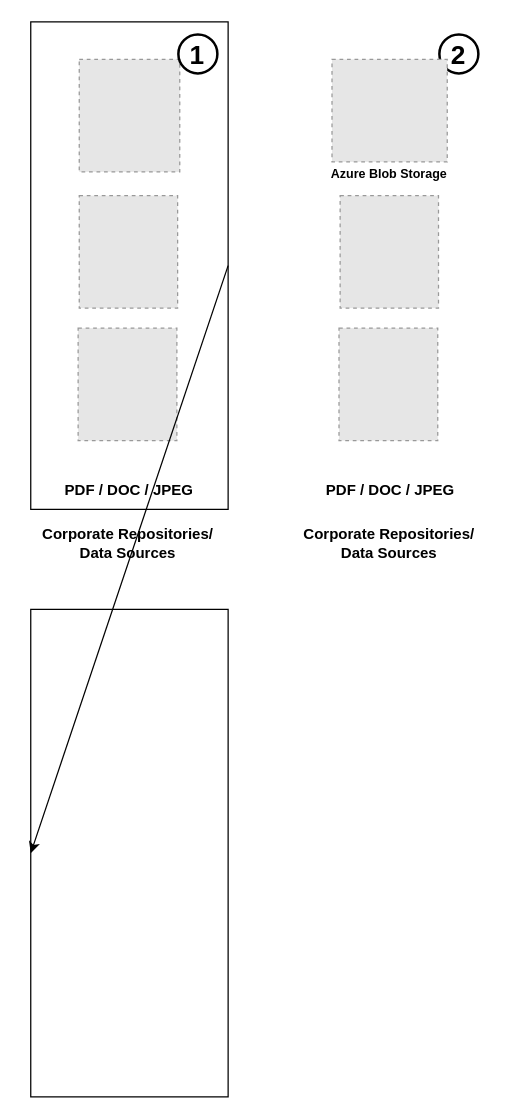
Earlier version of the draw.io diagram IDP(Part 3).drawio (sidthedesigner/Draw.io). Source tidied: cells renumbered, new cells numbered last; positions are measured from the earlier drawing's top-left corner, leaving out a move shared by most shapes. Both pictures are drawn from the tidied source at 125%, with x=0, y=0 at pixel (29, 21). Pictures stored in the file or linked from it are replaced by grey dashed boxes.
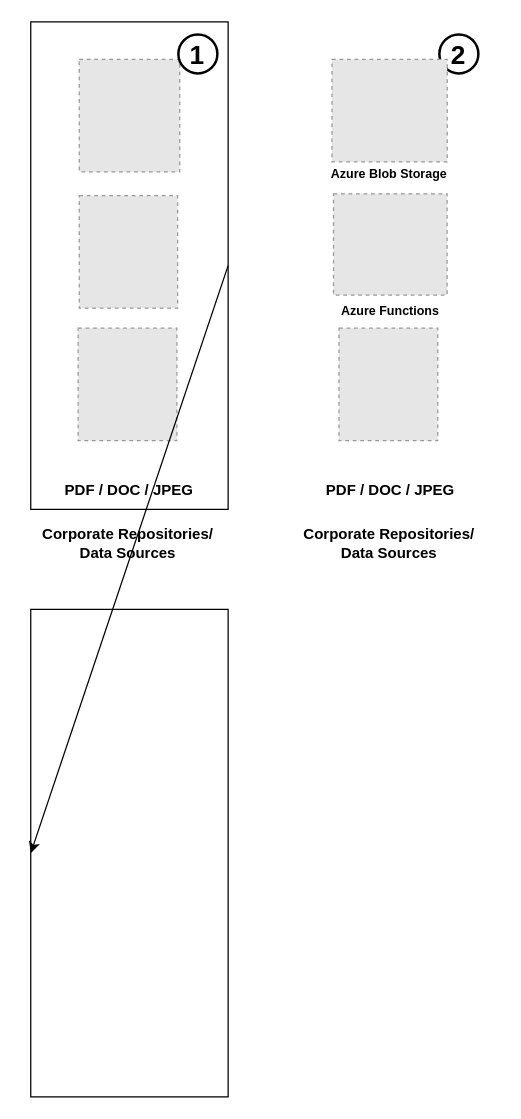
Above is the later version.

The edit, as a diff of the source:
```diff
@@
 <mxGraphModel>
   <root>
     <mxCell id="0" />
     <mxCell id="1" parent="0" />
     <mxCell id="2" style="fillColor=#E6E6E6;strokeColor=#999999;dashed=1;verticalLabelPosition=bottom;labelBackgroundColor=default;verticalAlign=top;" parent="1" vertex="1">
       <mxGeometry x="39.9" y="30" width="80.4" height="90" as="geometry" />
     </mxCell>
     <mxCell id="3" style="fillColor=#E6E6E6;strokeColor=#999999;dashed=1;verticalLabelPosition=bottom;labelBackgroundColor=default;verticalAlign=top;" parent="1" vertex="1">
       <mxGeometry x="39.9" y="139" width="78.7" height="90" as="geometry" />
     </mxCell>
     <mxCell id="4" style="fillColor=#E6E6E6;strokeColor=#999999;dashed=1;verticalLabelPosition=bottom;labelBackgroundColor=default;verticalAlign=top;" parent="1" vertex="1">
       <mxGeometry x="39" y="245" width="79" height="90" as="geometry" />
     </mxCell>
     <mxCell id="5" style="rounded=0;whiteSpace=wrap;html=1;fillColor=none;" parent="1" vertex="1">
       <mxGeometry x="1.1" width="157.9" height="390" as="geometry" />
     </mxCell>
     <mxCell id="6" value="&lt;b&gt;PDF / DOC / JPEG&lt;/b&gt;" style="text;html=1;align=center;verticalAlign=middle;whiteSpace=wrap;rounded=0;" parent="1" vertex="1">
       <mxGeometry x="1.1" y="360" width="157.9" height="30" as="geometry" />
     </mxCell>
     <mxCell id="7" value="&lt;b&gt;Corporate Repositories/&lt;/b&gt;&lt;div&gt;&lt;b&gt;Data Sources&lt;/b&gt;&lt;/div&gt;" style="text;html=1;align=center;verticalAlign=middle;whiteSpace=wrap;rounded=0;" parent="1" vertex="1">
       <mxGeometry x="0.3" y="402" width="157.9" height="30" as="geometry" />
     </mxCell>
     <mxCell id="8" value="&lt;b&gt;&lt;font style=&quot;font-size: 21px;&quot;&gt;1&lt;/font&gt;&lt;/b&gt;" style="ellipse;whiteSpace=wrap;html=1;fillColor=none;strokeWidth=2;" parent="1" vertex="1">
       <mxGeometry x="119.2" y="10" width="31.2" height="31.2" as="geometry" />
     </mxCell>
-    <mxCell id="9" style="fillColor=#E6E6E6;strokeColor=#999999;dashed=1;verticalLabelPosition=bottom;labelBackgroundColor=default;verticalAlign=top;" parent="1" vertex="1">
-      <mxGeometry x="248.6" y="139" width="78.7" height="90" as="geometry" />
-    </mxCell>
     <mxCell id="10" style="fillColor=#E6E6E6;strokeColor=#999999;dashed=1;verticalLabelPosition=bottom;labelBackgroundColor=default;verticalAlign=top;" parent="1" vertex="1">
       <mxGeometry x="247.7" y="245" width="79" height="90" as="geometry" />
     </mxCell>
     <mxCell id="11" style="rounded=0;whiteSpace=wrap;html=1;fillColor=none;" parent="1" vertex="1">
       <mxGeometry x="1.1" y="470" width="157.9" height="390" as="geometry" />
     </mxCell>
     <mxCell id="12" value="&lt;b&gt;PDF / DOC / JPEG&lt;/b&gt;" style="text;html=1;align=center;verticalAlign=middle;whiteSpace=wrap;rounded=0;" parent="1" vertex="1">
       <mxGeometry x="209.8" y="360" width="157.9" height="30" as="geometry" />
     </mxCell>
     <mxCell id="13" value="&lt;b&gt;Corporate Repositories/&lt;/b&gt;&lt;div&gt;&lt;b&gt;Data Sources&lt;/b&gt;&lt;/div&gt;" style="text;html=1;align=center;verticalAlign=middle;whiteSpace=wrap;rounded=0;" parent="1" vertex="1">
       <mxGeometry x="209" y="402" width="157.9" height="30" as="geometry" />
     </mxCell>
     <mxCell id="14" value="&lt;b&gt;&lt;font style=&quot;font-size: 21px;&quot;&gt;2&lt;/font&gt;&lt;/b&gt;" style="ellipse;whiteSpace=wrap;html=1;fillColor=none;strokeWidth=2;" parent="1" vertex="1">
       <mxGeometry x="328" y="10" width="31.2" height="31.2" as="geometry" />
     </mxCell>
     <mxCell id="15" style="endArrow=classic;html=1;rounded=0;exitX=1;exitY=0.5;exitDx=0;exitDy=0;entryX=0;entryY=0.5;entryDx=0;entryDy=0;" parent="1" edge="1" source="5" target="11">
       <mxGeometry relative="1" as="geometry" />
     </mxCell>
     <mxCell id="16" style="fillColor=#E6E6E6;strokeColor=#999999;dashed=1;verticalLabelPosition=bottom;labelBackgroundColor=default;verticalAlign=top;" parent="1" vertex="1">
       <mxGeometry x="242.1" y="30" width="92.2" height="82" as="geometry" />
     </mxCell>
     <mxCell id="17" value="&lt;b&gt;Azure Blob Storage&lt;/b&gt;" style="text;html=1;align=center;verticalAlign=middle;whiteSpace=wrap;rounded=0;fontSize=10;" parent="1" vertex="1">
       <mxGeometry x="231.8" y="111.1" width="112.3" height="20" as="geometry" />
     </mxCell>
+    <mxCell id="18" value="&lt;b&gt;Azure Functions&lt;/b&gt;" style="text;html=1;align=center;verticalAlign=middle;whiteSpace=wrap;rounded=0;fontSize=10;" parent="1" vertex="1">
+      <mxGeometry x="201.6" y="217" width="174.3" height="28" as="geometry" />
+    </mxCell>
+    <mxCell id="19" style="fillColor=#E6E6E6;strokeColor=#999999;dashed=1;verticalLabelPosition=bottom;labelBackgroundColor=default;verticalAlign=top;" parent="1" vertex="1">
+      <mxGeometry x="243.3" y="137.5" width="90.9" height="81" as="geometry" />
+    </mxCell>
   </root>
 </mxGraphModel>
```
